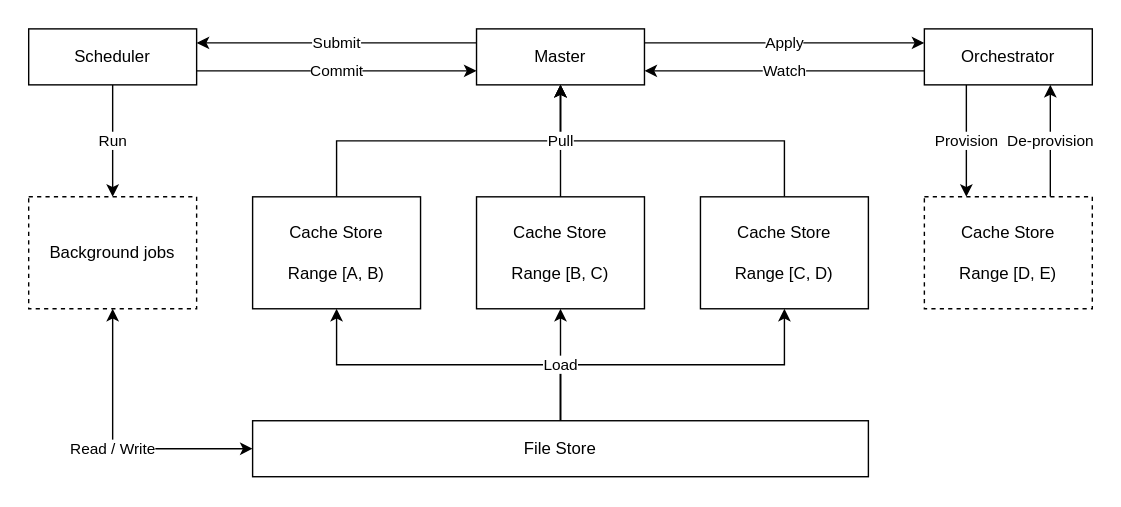
engula/engula keeps this draw.io diagram as docs/images/object-engine-architecture.drawio.svg. Above is the earlier version. Source tidied: cells renumbered, new cells last; positions are measured from the earlier drawing's top-left corner, leaving out a move shared by most shapes.
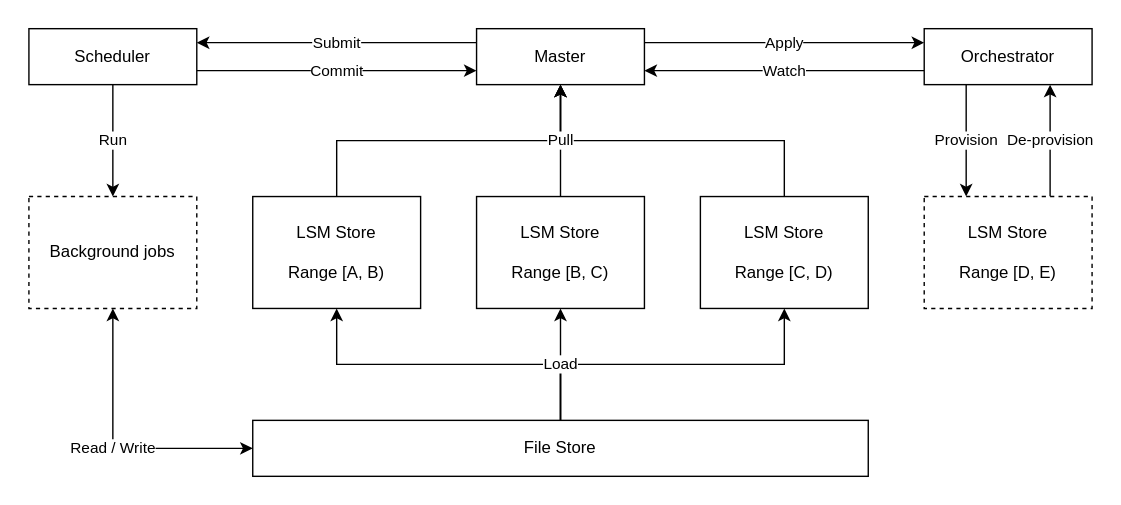
After the commit.

Commit message:
docs: add more object engine descriptions

Diff of the diagram source:
```diff
@@ -17,7 +17,7 @@
     <mxCell id="6" style="edgeStyle=orthogonalEdgeStyle;rounded=0;html=1;exitX=0.5;exitY=0;exitDx=0;exitDy=0;entryX=0.5;entryY=1;entryDx=0;entryDy=0;" parent="1" edge="1" source="7" target="10">
       <mxGeometry relative="1" as="geometry" />
     </mxCell>
-    <mxCell id="7" value="Cache Store&lt;br&gt;&lt;br&gt;Range [A, B)" style="rounded=0;whiteSpace=wrap;html=1;" parent="1" vertex="1">
+    <mxCell id="7" value="LSM Store&lt;br&gt;&lt;br&gt;Range [A, B)" style="rounded=0;whiteSpace=wrap;html=1;" parent="1" vertex="1">
       <mxGeometry x="180" y="140" width="120" height="80" as="geometry" />
     </mxCell>
     <mxCell id="8" value="Submit" style="edgeStyle=orthogonalEdgeStyle;rounded=0;html=1;exitX=0;exitY=0.25;exitDx=0;exitDy=0;entryX=1;entryY=0.25;entryDx=0;entryDy=0;" parent="1" edge="1" source="10" target="23">
@@ -38,19 +38,19 @@
     <mxCell id="13" value="Orchestrator" style="rounded=0;whiteSpace=wrap;html=1;" parent="1" vertex="1">
       <mxGeometry x="660" y="20" width="120" height="40" as="geometry" />
     </mxCell>
-    <mxCell id="14" value="Cache Store&lt;br&gt;&lt;br&gt;Range [B, C)" style="rounded=0;whiteSpace=wrap;html=1;" parent="1" vertex="1">
+    <mxCell id="14" value="LSM Store&lt;br&gt;&lt;br&gt;Range [B, C)" style="rounded=0;whiteSpace=wrap;html=1;" parent="1" vertex="1">
       <mxGeometry x="340" y="140" width="120" height="80" as="geometry" />
     </mxCell>
     <mxCell id="15" style="edgeStyle=orthogonalEdgeStyle;rounded=0;html=1;exitX=0.5;exitY=0;exitDx=0;exitDy=0;entryX=0.5;entryY=1;entryDx=0;entryDy=0;" parent="1" edge="1" source="16" target="10">
       <mxGeometry relative="1" as="geometry" />
     </mxCell>
-    <mxCell id="16" value="Cache Store&lt;br&gt;&lt;br&gt;Range [C, D)" style="rounded=0;whiteSpace=wrap;html=1;" parent="1" vertex="1">
+    <mxCell id="16" value="LSM Store&lt;br&gt;&lt;br&gt;Range [C, D)" style="rounded=0;whiteSpace=wrap;html=1;" parent="1" vertex="1">
       <mxGeometry x="500" y="140" width="120" height="80" as="geometry" />
     </mxCell>
     <mxCell id="17" value="De-provision" style="edgeStyle=none;html=1;exitX=0.75;exitY=0;exitDx=0;exitDy=0;entryX=0.75;entryY=1;entryDx=0;entryDy=0;" parent="1" edge="1" source="18" target="13">
       <mxGeometry relative="1" as="geometry" />
     </mxCell>
-    <mxCell id="18" value="Cache Store&lt;br&gt;&lt;br&gt;Range [D, E)" style="rounded=0;whiteSpace=wrap;html=1;dashed=1;" parent="1" vertex="1">
+    <mxCell id="18" value="LSM Store&lt;br&gt;&lt;br&gt;Range [D, E)" style="rounded=0;whiteSpace=wrap;html=1;dashed=1;" parent="1" vertex="1">
       <mxGeometry x="660" y="140" width="120" height="80" as="geometry" />
     </mxCell>
     <mxCell id="19" value="Load" style="edgeStyle=orthogonalEdgeStyle;rounded=0;html=1;exitX=0.5;exitY=0;exitDx=0;exitDy=0;entryX=0.5;entryY=1;entryDx=0;entryDy=0;" parent="1" edge="1" source="5" target="14">
```
